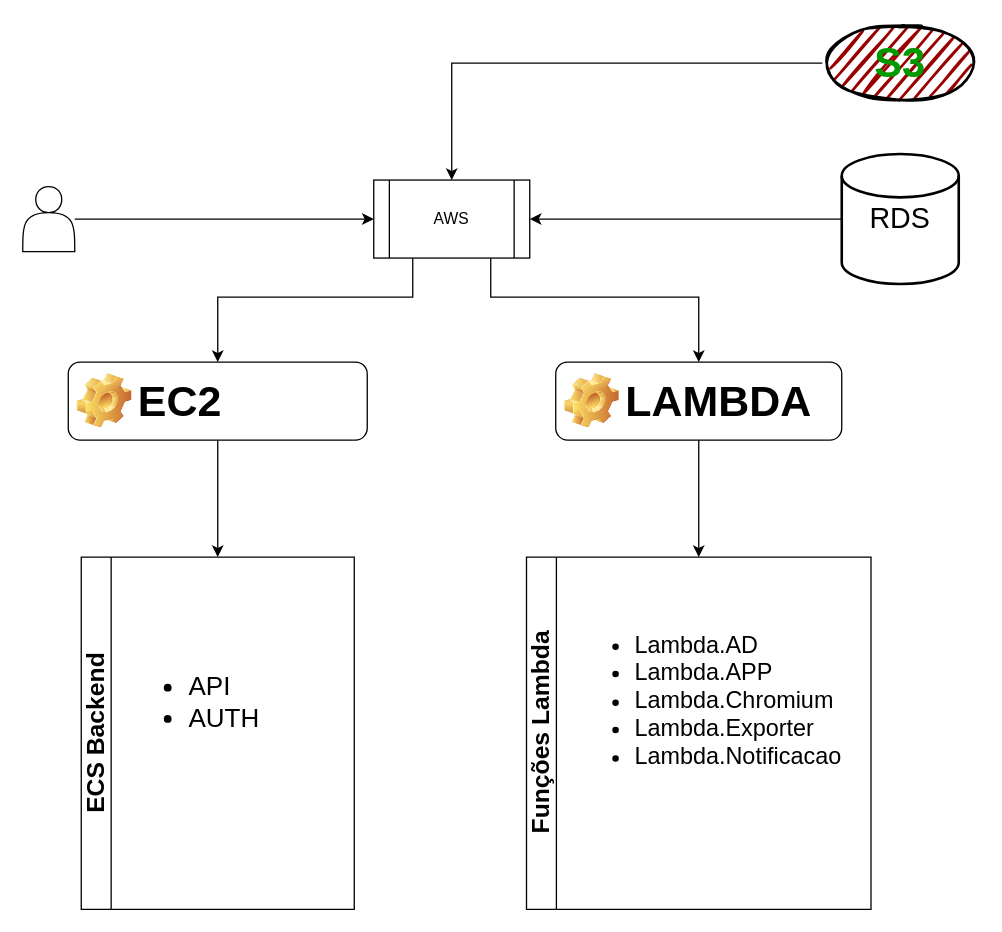
The draw.io diagram main/Diagrama sem nome.drawio in Shieldforce/draw.io, before the edit. Source tidied: cells renumbered, new cells numbered last; positions are measured from the earlier drawing's top-left corner, leaving out a move shared by most shapes. Both pictures are drawn from the tidied source at 130%, with x=0, y=0 at pixel (22, 23).
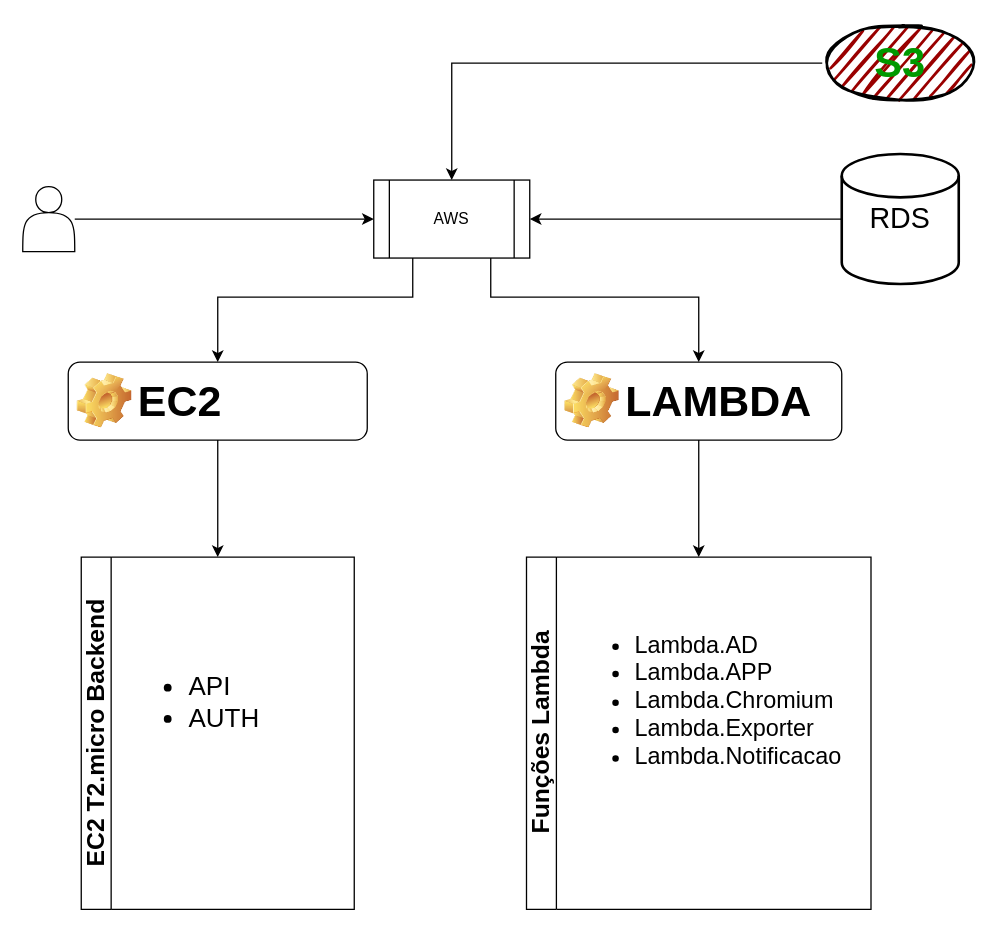
The same diagram, later.

Commit message:
Cenário Geral File Laudos

The edit, as a diff of the source:
```diff
@@
-    <mxCell id="9" value="&lt;font style=&quot;font-size: 19px;&quot;&gt;ECS Backend&lt;/font&gt;" style="swimlane;horizontal=0;whiteSpace=wrap;html=1;" parent="1" vertex="1">
+    <mxCell id="9" value="&lt;font style=&quot;font-size: 19px;&quot;&gt;EC2 T2.micro Backend&lt;/font&gt;" style="swimlane;horizontal=0;whiteSpace=wrap;html=1;" parent="1" vertex="1">
       <mxGeometry x="45" y="410" width="210" height="271" as="geometry" />
     </mxCell>
```
